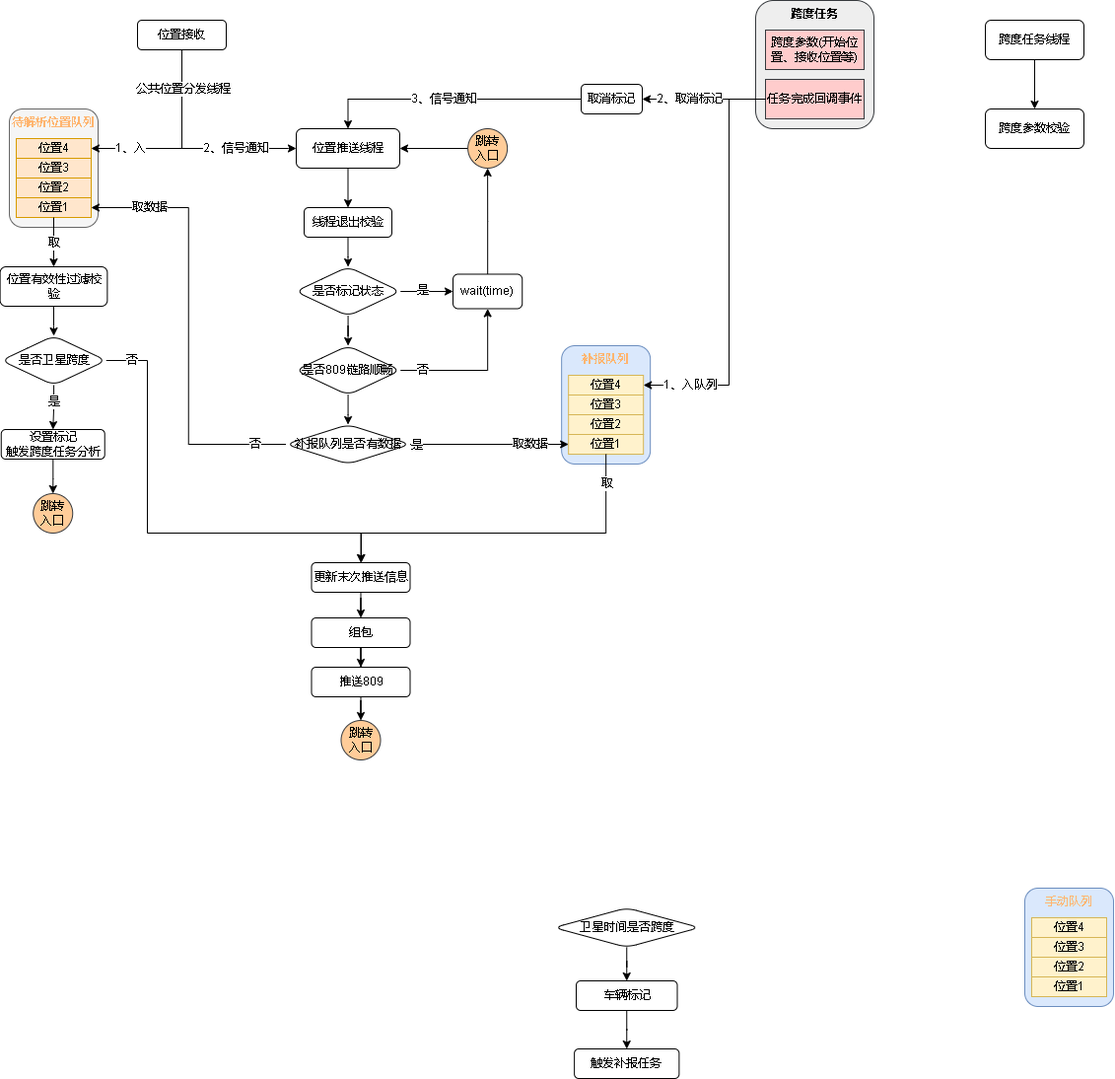
Above: 809数据跨度.drawio.png in xktder/draw (draw.io), before the change. Source tidied: cells renumbered, new cells last; positions are measured from the earlier drawing's top-left corner, leaving out a move shared by most shapes.
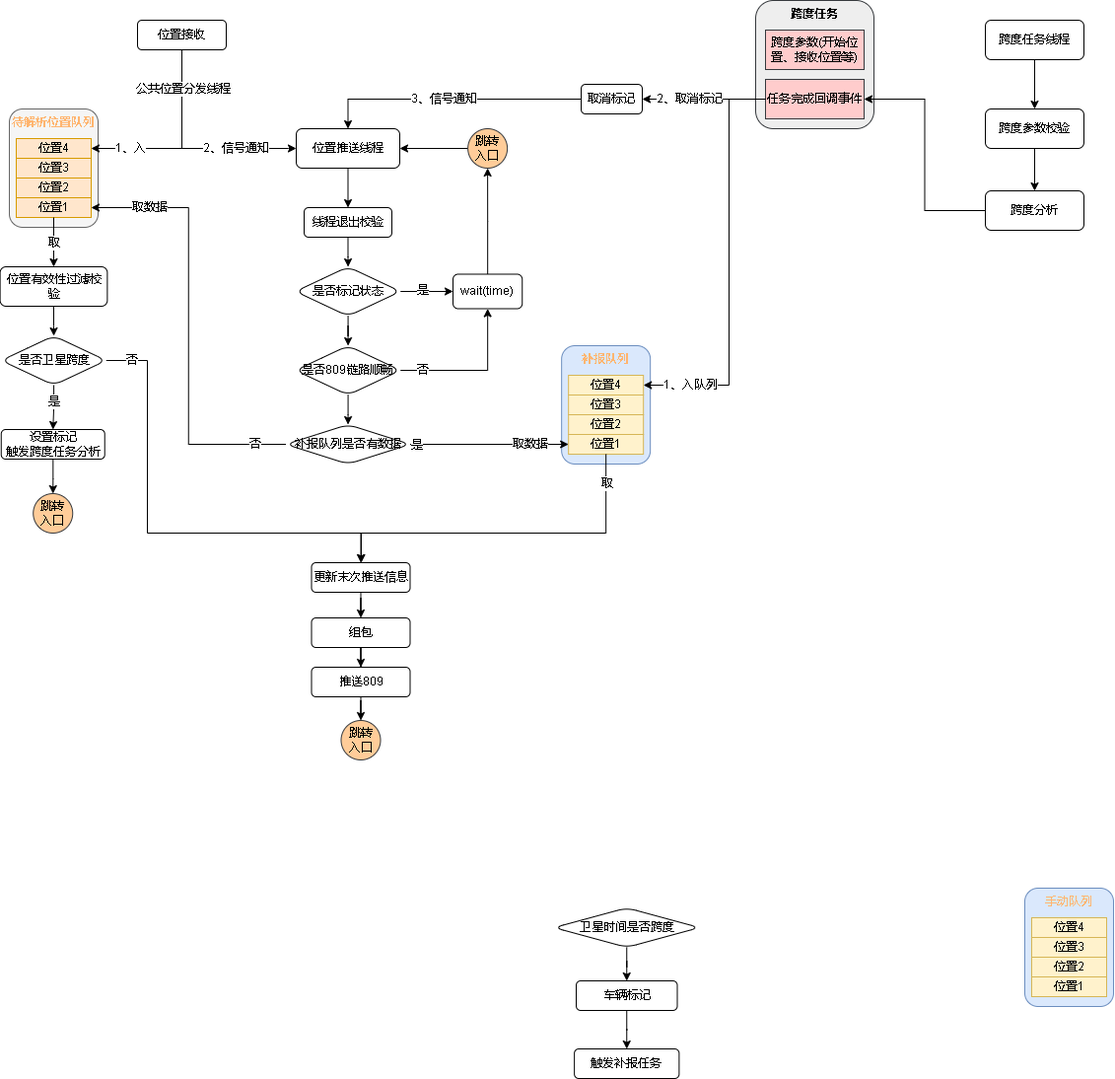
After the commit.

Commit message:
更新809数据跨度.drawio.png

Diff of the diagram source:
```diff
@@ -309,8 +309,17 @@
     <mxCell id="87" value="跨度任务线程" style="rounded=1;whiteSpace=wrap;html=1;fontColor=#000000;" parent="1" vertex="1">
       <mxGeometry x="999" y="20" width="100" height="40" as="geometry" />
     </mxCell>
+    <mxCell id="89" style="edgeStyle=orthogonalEdgeStyle;rounded=0;jettySize=auto;html=1;fontColor=#000000;" parent="1" edge="1" source="88" target="91">
+      <mxGeometry relative="1" as="geometry" />
+    </mxCell>
     <mxCell id="88" value="跨度参数校验" style="rounded=1;whiteSpace=wrap;html=1;fontColor=#000000;" parent="1" vertex="1">
       <mxGeometry x="999" y="110" width="100" height="40" as="geometry" />
     </mxCell>
+    <mxCell id="90" style="edgeStyle=orthogonalEdgeStyle;rounded=0;jettySize=auto;html=1;entryX=1;entryY=0.5;entryDx=0;entryDy=0;fontColor=#000000;" parent="1" edge="1" source="91" target="78">
+      <mxGeometry relative="1" as="geometry" />
+    </mxCell>
+    <mxCell id="91" value="跨度分析" style="whiteSpace=wrap;html=1;fontColor=#000000;rounded=1;" parent="1" vertex="1">
+      <mxGeometry x="999" y="193" width="100" height="40" as="geometry" />
+    </mxCell>
   </root>
 </mxGraphModel>
```
